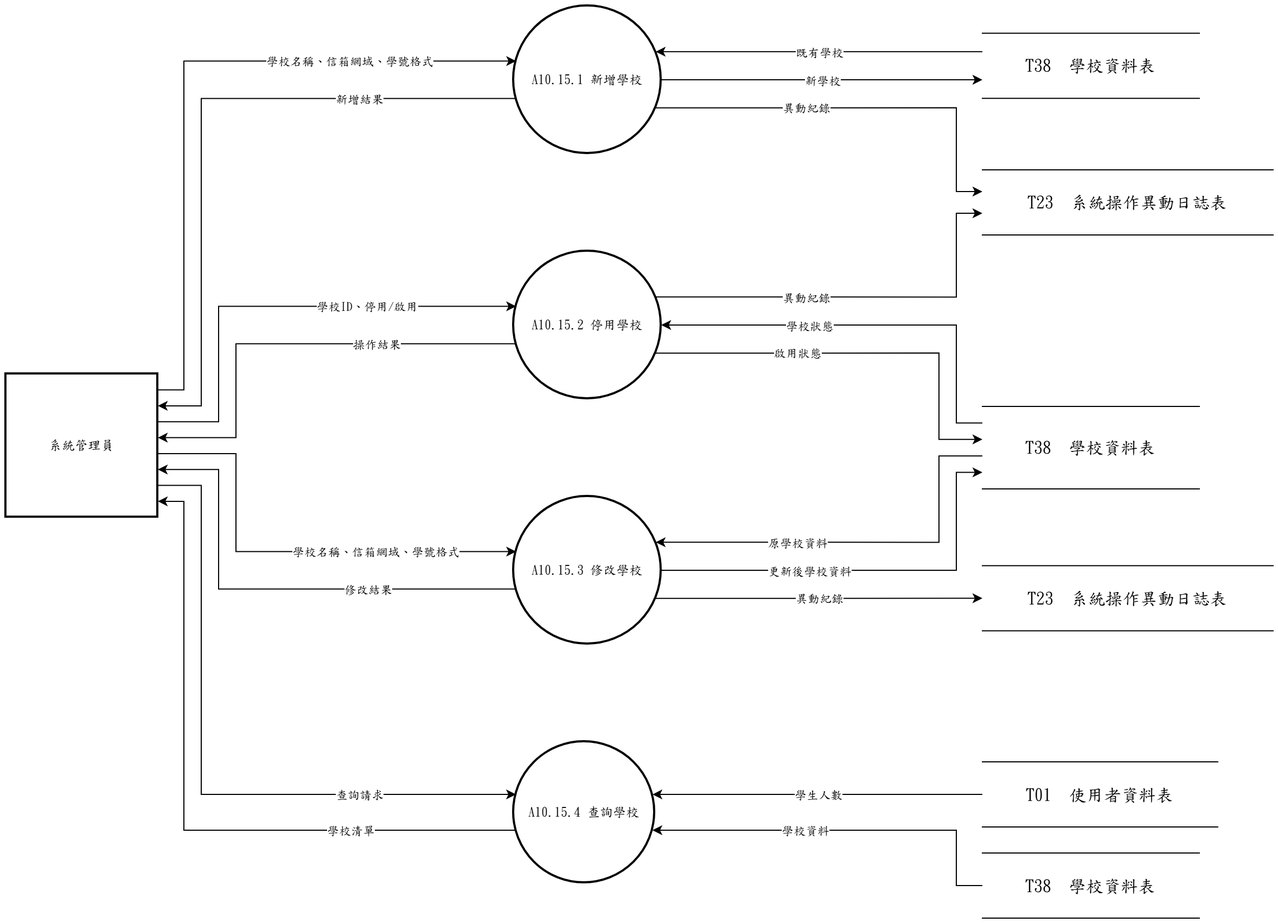
s22452007/115502 keeps this draw.io diagram as 系統文件/第6章/DFD圖/圖10/新/圖10.15.drawio.png. Above is the earlier version. Source tidied: cells renumbered, new cells last; positions are measured from the earlier drawing's top-left corner, leaving out a move shared by most shapes. Its diagram source:
```xml
<mxGraphModel>
  <root>
    <mxCell id="0" />
    <mxCell id="1" parent="0" />
    <mxCell id="2" value="A10.15.1 新增學校" style="ellipse;strokeWidth=2;whiteSpace=wrap;html=1;fontFamily=標楷體;" parent="1" vertex="1">
      <mxGeometry x="468" width="136" height="136" as="geometry" />
    </mxCell>
    <mxCell id="3" value="A10.15.2 停用學校" style="ellipse;strokeWidth=2;whiteSpace=wrap;html=1;fontFamily=標楷體;" parent="1" vertex="1">
      <mxGeometry x="468" y="226" width="136" height="136" as="geometry" />
    </mxCell>
    <mxCell id="4" value="A10.15.3 修改學校" style="ellipse;strokeWidth=2;whiteSpace=wrap;html=1;fontFamily=標楷體;" parent="1" vertex="1">
      <mxGeometry x="468" y="452" width="136" height="136" as="geometry" />
    </mxCell>
    <mxCell id="5" value="A10.15.4 查詢學校" style="ellipse;strokeWidth=2;whiteSpace=wrap;html=1;fontFamily=標楷體;" parent="1" vertex="1">
      <mxGeometry x="468" y="678" width="130" height="130" as="geometry" />
    </mxCell>
    <mxCell id="6" value="系統管理員" style="whiteSpace=wrap;strokeWidth=2;html=1;fontFamily=標楷體;" parent="1" vertex="1">
      <mxGeometry y="339.1" width="140" height="132" as="geometry" />
    </mxCell>
    <mxCell id="7" value="T38  學校資料表" style="shape=partialRectangle;whiteSpace=wrap;html=1;left=0;right=0;fontFamily=標楷體;fontSize=16;" parent="1" vertex="1">
      <mxGeometry x="900" y="25.1" width="200" height="60" as="geometry" />
    </mxCell>
    <mxCell id="8" value="T23  系統操作異動日誌表" style="shape=partialRectangle;whiteSpace=wrap;html=1;left=0;right=0;fontFamily=標楷體;fontSize=16;" parent="1" vertex="1">
      <mxGeometry x="900" y="151" width="268" height="60" as="geometry" />
    </mxCell>
    <mxCell id="9" value="T38  學校資料表" style="shape=partialRectangle;whiteSpace=wrap;html=1;left=0;right=0;fontFamily=標楷體;fontSize=16;" parent="1" vertex="1">
      <mxGeometry x="900" y="369" width="200" height="76" as="geometry" />
    </mxCell>
    <mxCell id="10" value="T23  系統操作異動日誌表" style="shape=partialRectangle;whiteSpace=wrap;html=1;left=0;right=0;fontFamily=標楷體;fontSize=16;" parent="1" vertex="1">
      <mxGeometry x="900" y="515.8" width="268" height="60" as="geometry" />
    </mxCell>
    <mxCell id="11" value="T01  使用者資料表" style="shape=partialRectangle;whiteSpace=wrap;html=1;left=0;right=0;fontFamily=標楷體;fontSize=16;" parent="1" vertex="1">
      <mxGeometry x="900" y="696.5" width="217" height="60" as="geometry" />
    </mxCell>
    <mxCell id="12" value="T38  學校資料表" style="shape=partialRectangle;whiteSpace=wrap;html=1;left=0;right=0;fontFamily=標楷體;fontSize=16;" parent="1" vertex="1">
      <mxGeometry x="900" y="780.5" width="200" height="60" as="geometry" />
    </mxCell>
    <mxCell id="13" style="edgeStyle=none;rounded=0;html=1;fontFamily=標楷體;endArrow=classic;exitX=1.0000;exitY=0.1111;exitDx=0;exitDy=0;exitPerimeter=0;entryX=0.0163;entryY=0.3733;entryDx=0;entryDy=0;entryPerimeter=0;" parent="1" edge="1" source="6" target="2">
      <mxGeometry relative="1" as="geometry">
        <Array as="points">
          <mxPoint x="164" y="353.8" />
          <mxPoint x="164" y="50.8" />
        </Array>
      </mxGeometry>
    </mxCell>
    <mxCell id="14" value="學校名稱、信箱網域、學號格式" style="edgeLabel;html=1;align=center;verticalAlign=middle;fontFamily=標楷體;" parent="13" vertex="1">
      <mxGeometry x="0.52" relative="1" as="geometry" />
    </mxCell>
    <mxCell id="15" style="edgeStyle=none;rounded=0;html=1;fontFamily=標楷體;endArrow=classic;exitX=0.0000;exitY=0.2847;exitDx=0;exitDy=0;exitPerimeter=0;entryX=0.9625;entryY=0.3100;entryDx=0;entryDy=0;entryPerimeter=0;" parent="1" edge="1" source="7" target="2">
      <mxGeometry relative="1" as="geometry" />
    </mxCell>
    <mxCell id="16" value="既有學校" style="edgeLabel;html=1;align=center;verticalAlign=middle;fontFamily=標楷體;" parent="15" vertex="1">
      <mxGeometry relative="1" as="geometry" />
    </mxCell>
    <mxCell id="17" style="edgeStyle=none;rounded=0;html=1;fontFamily=標楷體;endArrow=classic;exitX=0.0163;exitY=0.6267;exitDx=0;exitDy=0;exitPerimeter=0;entryX=1.0000;entryY=0.2222;entryDx=0;entryDy=0;entryPerimeter=0;" parent="1" edge="1" source="2" target="6">
      <mxGeometry relative="1" as="geometry">
        <Array as="points">
          <mxPoint x="180" y="85.2" />
          <mxPoint x="180" y="368.5" />
        </Array>
      </mxGeometry>
    </mxCell>
    <mxCell id="18" value="新增結果" style="edgeLabel;html=1;align=center;verticalAlign=middle;fontFamily=標楷體;" parent="17" vertex="1">
      <mxGeometry x="-0.53" relative="1" as="geometry" />
    </mxCell>
    <mxCell id="19" style="edgeStyle=none;rounded=0;html=1;fontFamily=標楷體;endArrow=classic;exitX=1.0000;exitY=0.5000;exitDx=0;exitDy=0;exitPerimeter=0;entryX=0.0000;entryY=0.7153;entryDx=0;entryDy=0;entryPerimeter=0;" parent="1" edge="1" source="2" target="7">
      <mxGeometry relative="1" as="geometry" />
    </mxCell>
    <mxCell id="20" value="新學校" style="edgeLabel;html=1;align=center;verticalAlign=middle;fontFamily=標楷體;" parent="19" vertex="1">
      <mxGeometry relative="1" as="geometry" />
    </mxCell>
    <mxCell id="21" style="edgeStyle=none;rounded=0;html=1;fontFamily=標楷體;endArrow=classic;exitX=0.9625;exitY=0.6900;exitDx=0;exitDy=0;exitPerimeter=0;entryX=0.0000;entryY=0.3333;entryDx=0;entryDy=0;entryPerimeter=0;" parent="1" edge="1" source="2" target="8">
      <mxGeometry relative="1" as="geometry">
        <Array as="points">
          <mxPoint x="876" y="93.8" />
          <mxPoint x="876" y="171" />
        </Array>
      </mxGeometry>
    </mxCell>
    <mxCell id="22" value="異動紀錄" style="edgeLabel;html=1;align=center;verticalAlign=middle;fontFamily=標楷體;" parent="21" vertex="1">
      <mxGeometry x="-0.27" relative="1" as="geometry" />
    </mxCell>
    <mxCell id="23" style="edgeStyle=none;rounded=0;html=1;fontFamily=標楷體;endArrow=classic;exitX=1.0000;exitY=0.3333;exitDx=0;exitDy=0;exitPerimeter=0;entryX=0.0163;entryY=0.3733;entryDx=0;entryDy=0;entryPerimeter=0;" parent="1" edge="1" source="6" target="3">
      <mxGeometry relative="1" as="geometry">
        <Array as="points">
          <mxPoint x="196" y="383.1" />
          <mxPoint x="196" y="276.8" />
        </Array>
      </mxGeometry>
    </mxCell>
    <mxCell id="24" value="學校ID、停用/啟用" style="edgeLabel;html=1;align=center;verticalAlign=middle;fontFamily=標楷體;" parent="23" vertex="1">
      <mxGeometry x="0.37" relative="1" as="geometry" />
    </mxCell>
    <mxCell id="25" style="edgeStyle=none;rounded=0;html=1;fontFamily=標楷體;endArrow=classic;exitX=0.0000;exitY=0.2000;exitDx=0;exitDy=0;exitPerimeter=0;entryX=1.0000;entryY=0.5000;entryDx=0;entryDy=0;entryPerimeter=0;" parent="1" edge="1" source="9" target="3">
      <mxGeometry relative="1" as="geometry">
        <Array as="points">
          <mxPoint x="876" y="384.2" />
          <mxPoint x="876" y="294" />
        </Array>
      </mxGeometry>
    </mxCell>
    <mxCell id="26" value="學校狀態" style="edgeLabel;html=1;align=center;verticalAlign=middle;fontFamily=標楷體;" parent="25" vertex="1">
      <mxGeometry x="0.3" relative="1" as="geometry" />
    </mxCell>
    <mxCell id="27" style="edgeStyle=none;rounded=0;html=1;fontFamily=標楷體;endArrow=classic;exitX=0.0163;exitY=0.6267;exitDx=0;exitDy=0;exitPerimeter=0;entryX=1.0000;entryY=0.4444;entryDx=0;entryDy=0;entryPerimeter=0;" parent="1" edge="1" source="3" target="6">
      <mxGeometry relative="1" as="geometry">
        <Array as="points">
          <mxPoint x="212" y="311.2" />
          <mxPoint x="212" y="397.8" />
        </Array>
      </mxGeometry>
    </mxCell>
    <mxCell id="28" value="操作結果" style="edgeLabel;html=1;align=center;verticalAlign=middle;fontFamily=標楷體;" parent="27" vertex="1">
      <mxGeometry x="-0.38" relative="1" as="geometry" />
    </mxCell>
    <mxCell id="29" style="edgeStyle=none;rounded=0;html=1;fontFamily=標楷體;endArrow=classic;exitX=0.9625;exitY=0.6900;exitDx=0;exitDy=0;exitPerimeter=0;entryX=0.0000;entryY=0.4000;entryDx=0;entryDy=0;entryPerimeter=0;" parent="1" edge="1" source="3" target="9">
      <mxGeometry relative="1" as="geometry">
        <Array as="points">
          <mxPoint x="860" y="319.8" />
          <mxPoint x="860" y="399.4" />
        </Array>
      </mxGeometry>
    </mxCell>
    <mxCell id="30" value="啟用狀態" style="edgeLabel;html=1;align=center;verticalAlign=middle;fontFamily=標楷體;" parent="29" vertex="1">
      <mxGeometry x="-0.31" relative="1" as="geometry" />
    </mxCell>
    <mxCell id="31" style="edgeStyle=none;rounded=0;html=1;fontFamily=標楷體;endArrow=classic;exitX=0.9625;exitY=0.3100;exitDx=0;exitDy=0;exitPerimeter=0;entryX=0.0000;entryY=0.6667;entryDx=0;entryDy=0;entryPerimeter=0;" parent="1" edge="1" source="3" target="8">
      <mxGeometry relative="1" as="geometry">
        <Array as="points">
          <mxPoint x="876" y="268.2" />
          <mxPoint x="876" y="191" />
        </Array>
      </mxGeometry>
    </mxCell>
    <mxCell id="32" value="異動紀錄" style="edgeLabel;html=1;align=center;verticalAlign=middle;fontFamily=標楷體;" parent="31" vertex="1">
      <mxGeometry x="-0.27" relative="1" as="geometry" />
    </mxCell>
    <mxCell id="33" style="edgeStyle=none;rounded=0;html=1;fontFamily=標楷體;endArrow=classic;exitX=1.0000;exitY=0.5556;exitDx=0;exitDy=0;exitPerimeter=0;entryX=0.0163;entryY=0.3733;entryDx=0;entryDy=0;entryPerimeter=0;" parent="1" edge="1" source="6" target="4">
      <mxGeometry relative="1" as="geometry">
        <Array as="points">
          <mxPoint x="212" y="412.5" />
          <mxPoint x="212" y="502.8" />
        </Array>
      </mxGeometry>
    </mxCell>
    <mxCell id="34" value="學校名稱、信箱網域、學號格式" style="edgeLabel;html=1;align=center;verticalAlign=middle;fontFamily=標楷體;" parent="33" vertex="1">
      <mxGeometry x="0.39" relative="1" as="geometry" />
    </mxCell>
    <mxCell id="35" style="edgeStyle=none;rounded=0;html=1;fontFamily=標楷體;endArrow=classic;exitX=0.0000;exitY=0.6000;exitDx=0;exitDy=0;exitPerimeter=0;entryX=0.9625;entryY=0.3100;entryDx=0;entryDy=0;entryPerimeter=0;" parent="1" edge="1" source="9" target="4">
      <mxGeometry relative="1" as="geometry">
        <Array as="points">
          <mxPoint x="860" y="414.6" />
          <mxPoint x="860" y="494.2" />
        </Array>
      </mxGeometry>
    </mxCell>
    <mxCell id="36" value="原學校資料" style="edgeLabel;html=1;align=center;verticalAlign=middle;fontFamily=標楷體;" parent="35" vertex="1">
      <mxGeometry x="0.31" relative="1" as="geometry" />
    </mxCell>
    <mxCell id="37" style="edgeStyle=none;rounded=0;html=1;fontFamily=標楷體;endArrow=classic;exitX=0.0163;exitY=0.6267;exitDx=0;exitDy=0;exitPerimeter=0;entryX=1.0000;entryY=0.6667;entryDx=0;entryDy=0;entryPerimeter=0;" parent="1" edge="1" source="4" target="6">
      <mxGeometry relative="1" as="geometry">
        <Array as="points">
          <mxPoint x="196" y="537.2" />
          <mxPoint x="196" y="427.1" />
        </Array>
      </mxGeometry>
    </mxCell>
    <mxCell id="38" value="修改結果" style="edgeLabel;html=1;align=center;verticalAlign=middle;fontFamily=標楷體;" parent="37" vertex="1">
      <mxGeometry x="-0.38" relative="1" as="geometry" />
    </mxCell>
    <mxCell id="39" style="edgeStyle=none;rounded=0;html=1;fontFamily=標楷體;endArrow=classic;exitX=1.0000;exitY=0.5000;exitDx=0;exitDy=0;exitPerimeter=0;entryX=0.0000;entryY=0.8000;entryDx=0;entryDy=0;entryPerimeter=0;" parent="1" edge="1" source="4" target="9">
      <mxGeometry relative="1" as="geometry">
        <Array as="points">
          <mxPoint x="876" y="520" />
          <mxPoint x="876" y="429.8" />
        </Array>
      </mxGeometry>
    </mxCell>
    <mxCell id="40" value="更新後學校資料" style="edgeLabel;html=1;align=center;verticalAlign=middle;fontFamily=標楷體;" parent="39" vertex="1">
      <mxGeometry x="-0.3" relative="1" as="geometry" />
    </mxCell>
    <mxCell id="41" style="edgeStyle=none;rounded=0;html=1;fontFamily=標楷體;endArrow=classic;exitX=0.9625;exitY=0.6900;exitDx=0;exitDy=0;exitPerimeter=0;entryX=0.0000;entryY=0.5000;entryDx=0;entryDy=0;entryPerimeter=0;" parent="1" edge="1" source="4" target="10">
      <mxGeometry relative="1" as="geometry" />
    </mxCell>
    <mxCell id="42" value="異動紀錄" style="edgeLabel;html=1;align=center;verticalAlign=middle;fontFamily=標楷體;" parent="41" vertex="1">
      <mxGeometry relative="1" as="geometry" />
    </mxCell>
    <mxCell id="43" style="edgeStyle=none;rounded=0;html=1;fontFamily=標楷體;endArrow=classic;exitX=1.0000;exitY=0.7778;exitDx=0;exitDy=0;exitPerimeter=0;entryX=0.0163;entryY=0.3733;entryDx=0;entryDy=0;entryPerimeter=0;" parent="1" edge="1" source="6" target="5">
      <mxGeometry relative="1" as="geometry">
        <Array as="points">
          <mxPoint x="180" y="441.8" />
          <mxPoint x="180" y="726.5" />
        </Array>
      </mxGeometry>
    </mxCell>
    <mxCell id="44" value="查詢請求" style="edgeLabel;html=1;align=center;verticalAlign=middle;fontFamily=標楷體;" parent="43" vertex="1">
      <mxGeometry x="0.53" relative="1" as="geometry" />
    </mxCell>
    <mxCell id="45" style="edgeStyle=none;rounded=0;html=1;fontFamily=標楷體;endArrow=classic;exitX=0.0000;exitY=0.5000;exitDx=0;exitDy=0;exitPerimeter=0;entryX=0.9837;entryY=0.6267;entryDx=0;entryDy=0;entryPerimeter=0;" parent="1" edge="1" source="12" target="5">
      <mxGeometry relative="1" as="geometry">
        <Array as="points">
          <mxPoint x="876" y="810.5" />
          <mxPoint x="876" y="759.5" />
        </Array>
      </mxGeometry>
    </mxCell>
    <mxCell id="46" value="學校資料" style="edgeLabel;html=1;align=center;verticalAlign=middle;fontFamily=標楷體;" parent="45" vertex="1">
      <mxGeometry x="0.21" relative="1" as="geometry" />
    </mxCell>
    <mxCell id="47" style="edgeStyle=none;rounded=0;html=1;fontFamily=標楷體;endArrow=classic;exitX=0.0000;exitY=0.5000;exitDx=0;exitDy=0;exitPerimeter=0;entryX=0.9837;entryY=0.3733;entryDx=0;entryDy=0;entryPerimeter=0;" parent="1" edge="1" source="11" target="5">
      <mxGeometry relative="1" as="geometry" />
    </mxCell>
    <mxCell id="48" value="學生人數" style="edgeLabel;html=1;align=center;verticalAlign=middle;fontFamily=標楷體;" parent="47" vertex="1">
      <mxGeometry relative="1" as="geometry" />
    </mxCell>
    <mxCell id="49" style="edgeStyle=none;rounded=0;html=1;fontFamily=標楷體;endArrow=classic;exitX=0.0163;exitY=0.6267;exitDx=0;exitDy=0;exitPerimeter=0;entryX=1.0000;entryY=0.8889;entryDx=0;entryDy=0;entryPerimeter=0;" parent="1" edge="1" source="5" target="6">
      <mxGeometry relative="1" as="geometry">
        <Array as="points">
          <mxPoint x="164" y="759.5" />
          <mxPoint x="164" y="456.5" />
        </Array>
      </mxGeometry>
    </mxCell>
    <mxCell id="50" value="學校清單" style="edgeLabel;html=1;align=center;verticalAlign=middle;fontFamily=標楷體;" parent="49" vertex="1">
      <mxGeometry x="-0.52" relative="1" as="geometry" />
    </mxCell>
  </root>
</mxGraphModel>
```
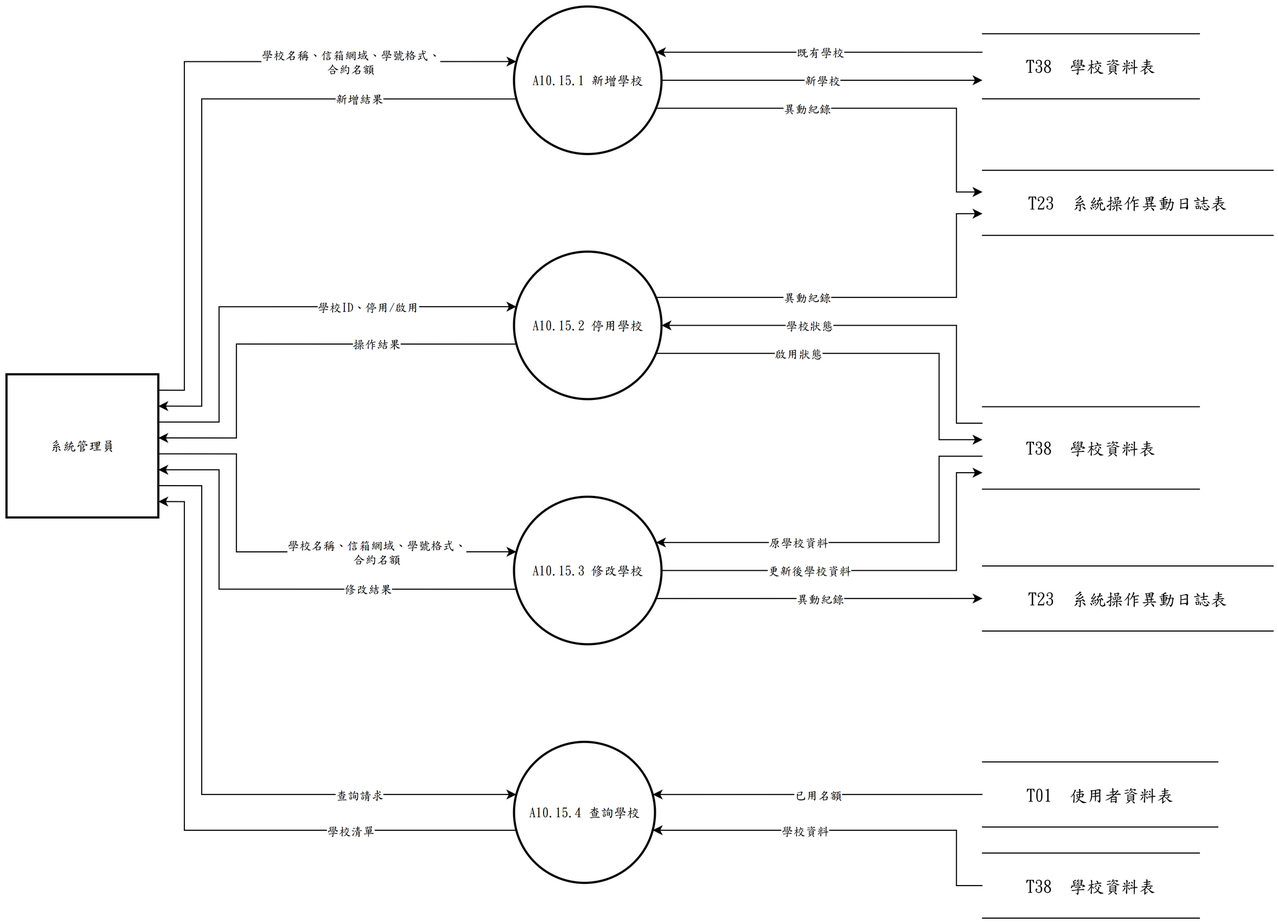
After the change.

What changed in the source:
```diff
@@ -43,7 +43,7 @@
         </Array>
       </mxGeometry>
     </mxCell>
-    <mxCell id="14" value="學校名稱、信箱網域、學號格式" style="edgeLabel;html=1;align=center;verticalAlign=middle;fontFamily=標楷體;" parent="13" vertex="1">
+    <mxCell id="14" value="學校名稱、信箱網域、學號格式、&lt;br&gt;合約名額" style="edgeLabel;html=1;align=center;verticalAlign=middle;fontFamily=標楷體;" parent="13" vertex="1">
       <mxGeometry x="0.52" relative="1" as="geometry" />
     </mxCell>
     <mxCell id="15" style="edgeStyle=none;rounded=0;html=1;fontFamily=標楷體;endArrow=classic;exitX=0.0000;exitY=0.2847;exitDx=0;exitDy=0;exitPerimeter=0;entryX=0.9625;entryY=0.3100;entryDx=0;entryDy=0;entryPerimeter=0;" parent="1" edge="1" source="7" target="2">
@@ -143,7 +143,7 @@
         </Array>
       </mxGeometry>
     </mxCell>
-    <mxCell id="34" value="學校名稱、信箱網域、學號格式" style="edgeLabel;html=1;align=center;verticalAlign=middle;fontFamily=標楷體;" parent="33" vertex="1">
+    <mxCell id="34" value="學校名稱、信箱網域、學號格式、&lt;br&gt;合約名額" style="edgeLabel;html=1;align=center;verticalAlign=middle;fontFamily=標楷體;" parent="33" vertex="1">
       <mxGeometry x="0.39" relative="1" as="geometry" />
     </mxCell>
     <mxCell id="35" style="edgeStyle=none;rounded=0;html=1;fontFamily=標楷體;endArrow=classic;exitX=0.0000;exitY=0.6000;exitDx=0;exitDy=0;exitPerimeter=0;entryX=0.9625;entryY=0.3100;entryDx=0;entryDy=0;entryPerimeter=0;" parent="1" edge="1" source="9" target="4">
@@ -210,7 +210,7 @@
     <mxCell id="47" style="edgeStyle=none;rounded=0;html=1;fontFamily=標楷體;endArrow=classic;exitX=0.0000;exitY=0.5000;exitDx=0;exitDy=0;exitPerimeter=0;entryX=0.9837;entryY=0.3733;entryDx=0;entryDy=0;entryPerimeter=0;" parent="1" edge="1" source="11" target="5">
       <mxGeometry relative="1" as="geometry" />
     </mxCell>
-    <mxCell id="48" value="學生人數" style="edgeLabel;html=1;align=center;verticalAlign=middle;fontFamily=標楷體;" parent="47" vertex="1">
+    <mxCell id="48" value="已用名額" style="edgeLabel;html=1;align=center;verticalAlign=middle;fontFamily=標楷體;" parent="47" vertex="1">
       <mxGeometry relative="1" as="geometry" />
     </mxCell>
     <mxCell id="49" style="edgeStyle=none;rounded=0;html=1;fontFamily=標楷體;endArrow=classic;exitX=0.0163;exitY=0.6267;exitDx=0;exitDy=0;exitPerimeter=0;entryX=1.0000;entryY=0.8889;entryDx=0;entryDy=0;entryPerimeter=0;" parent="1" edge="1" source="5" target="6">
```
